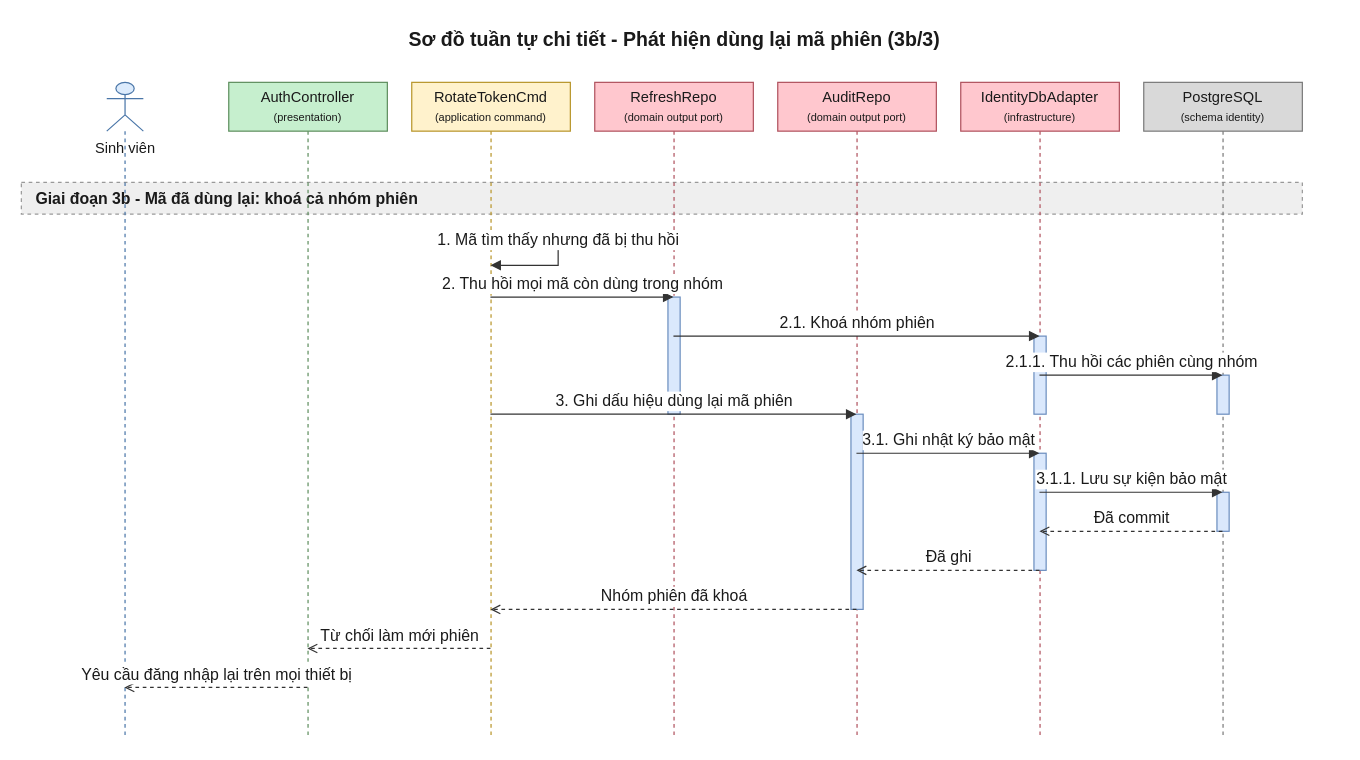
Earlier version of the draw.io diagram 08-diagram/sequence/user/sequence_user_dang_ky_dang_nhap_p3b.drawio (daiphu1801/PRJ_ALGOPREP). Source tidied: cells renumbered, new cells numbered last; positions are measured from the earlier drawing's top-left corner, leaving out a move shared by most shapes. Both pictures are drawn from the tidied source at 122%, with x=0, y=0 at pixel (21, 21).
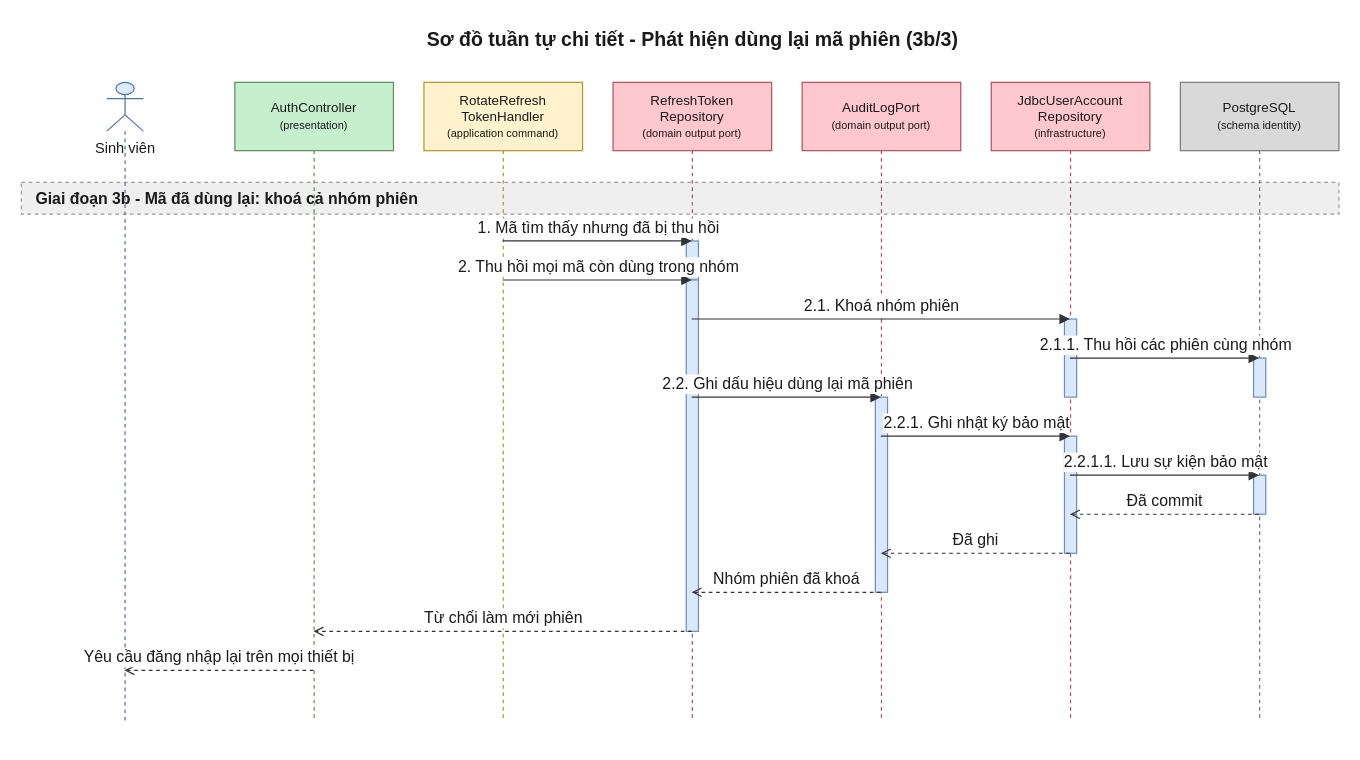
The same page after the edit.

Change to the diagram source:
```diff
@@
     <mxCell id="2" value="Sơ đồ tuần tự chi tiết - Phát hiện dùng lại mã phiên (3b/3)" style="text;html=1;fontSize=16;fontStyle=1;align=center;verticalAlign=middle;fontColor=#1A1A1A;" parent="1" vertex="1">
-      <mxGeometry x="20" width="1030" height="30" as="geometry" />
+      <mxGeometry x="20" width="1060" height="30" as="geometry" />
     </mxCell>
     <mxCell id="3" value="Giai đoạn 3b - Mã đã dùng lại: khoá cả nhóm phiên" style="algoprep=phase;rounded=0;whiteSpace=wrap;html=1;fillColor=#EFEFEF;strokeColor=#999999;dashed=1;align=left;verticalAlign=middle;spacingLeft=10;fontColor=#1A1A1A;fontSize=13;fontStyle=1;" parent="1" vertex="1">
-      <mxGeometry y="132" width="1050" height="26" as="geometry" />
+      <mxGeometry y="132" width="1080" height="26" as="geometry" />
     </mxCell>
     <mxCell id="4" value="Sinh viên" style="shape=umlLifeline;participant=umlActor;perimeter=lifelinePerimeter;html=1;outlineConnect=0;size=40;verticalAlign=top;spacingTop=40;fillColor=#DCEBFC;strokeColor=#4A76A8;fontColor=#1A1A1A;" parent="1" vertex="1">
-      <mxGeometry x="70" y="50" width="30" height="538" as="geometry" />
+      <mxGeometry x="70" y="50" width="30" height="524" as="geometry" />
     </mxCell>
-    <mxCell id="5" value="AuthController&lt;br&gt;&lt;font style=&quot;font-size:9px&quot;&gt;(presentation)&lt;/font&gt;" style="shape=umlLifeline;perimeter=lifelinePerimeter;whiteSpace=wrap;html=1;outlineConnect=0;size=40;fillColor=#C6EFCE;strokeColor=#5E8E5E;fontColor=#1A1A1A;" parent="1" vertex="1">
-      <mxGeometry x="170" y="50" width="130" height="538" as="geometry" />
+    <mxCell id="5" value="AuthController&lt;br&gt;&lt;font style=&quot;font-size:9px&quot;&gt;(presentation)&lt;/font&gt;" style="shape=umlLifeline;perimeter=lifelinePerimeter;whiteSpace=wrap;html=1;outlineConnect=0;size=56;fontSize=11;fillColor=#C6EFCE;strokeColor=#5E8E5E;fontColor=#1A1A1A;" parent="1" vertex="1">
+      <mxGeometry x="175" y="50" width="130" height="524" as="geometry" />
     </mxCell>
-    <mxCell id="6" value="RotateTokenCmd&lt;br&gt;&lt;font style=&quot;font-size:9px&quot;&gt;(application command)&lt;/font&gt;" style="shape=umlLifeline;perimeter=lifelinePerimeter;whiteSpace=wrap;html=1;outlineConnect=0;size=40;fillColor=#FFF2CC;strokeColor=#B8952A;fontColor=#1A1A1A;" parent="1" vertex="1">
-      <mxGeometry x="320" y="50" width="130" height="538" as="geometry" />
+    <mxCell id="6" value="RotateRefresh&lt;br&gt;TokenHandler&lt;br&gt;&lt;font style=&quot;font-size:9px&quot;&gt;(application command)&lt;/font&gt;" style="shape=umlLifeline;perimeter=lifelinePerimeter;whiteSpace=wrap;html=1;outlineConnect=0;size=56;fontSize=11;fillColor=#FFF2CC;strokeColor=#B8952A;fontColor=#1A1A1A;" parent="1" vertex="1">
+      <mxGeometry x="330" y="50" width="130" height="524" as="geometry" />
     </mxCell>
-    <mxCell id="7" value="RefreshRepo&lt;br&gt;&lt;font style=&quot;font-size:9px&quot;&gt;(domain output port)&lt;/font&gt;" style="shape=umlLifeline;perimeter=lifelinePerimeter;whiteSpace=wrap;html=1;outlineConnect=0;size=40;fillColor=#FFC7CE;strokeColor=#B0525E;fontColor=#1A1A1A;" parent="1" vertex="1">
-      <mxGeometry x="470" y="50" width="130" height="538" as="geometry" />
+    <mxCell id="7" value="RefreshToken&lt;br&gt;Repository&lt;br&gt;&lt;font style=&quot;font-size:9px&quot;&gt;(domain output port)&lt;/font&gt;" style="shape=umlLifeline;perimeter=lifelinePerimeter;whiteSpace=wrap;html=1;outlineConnect=0;size=56;fontSize=11;fillColor=#FFC7CE;strokeColor=#B0525E;fontColor=#1A1A1A;" parent="1" vertex="1">
+      <mxGeometry x="485" y="50" width="130" height="524" as="geometry" />
     </mxCell>
-    <mxCell id="8" value="AuditRepo&lt;br&gt;&lt;font style=&quot;font-size:9px&quot;&gt;(domain output port)&lt;/font&gt;" style="shape=umlLifeline;perimeter=lifelinePerimeter;whiteSpace=wrap;html=1;outlineConnect=0;size=40;fillColor=#FFC7CE;strokeColor=#B0525E;fontColor=#1A1A1A;" parent="1" vertex="1">
-      <mxGeometry x="620" y="50" width="130" height="538" as="geometry" />
+    <mxCell id="8" value="AuditLogPort&lt;br&gt;&lt;font style=&quot;font-size:9px&quot;&gt;(domain output port)&lt;/font&gt;" style="shape=umlLifeline;perimeter=lifelinePerimeter;whiteSpace=wrap;html=1;outlineConnect=0;size=56;fontSize=11;fillColor=#FFC7CE;strokeColor=#B0525E;fontColor=#1A1A1A;" parent="1" vertex="1">
+      <mxGeometry x="640" y="50" width="130" height="524" as="geometry" />
     </mxCell>
-    <mxCell id="9" value="IdentityDbAdapter&lt;br&gt;&lt;font style=&quot;font-size:9px&quot;&gt;(infrastructure)&lt;/font&gt;" style="shape=umlLifeline;perimeter=lifelinePerimeter;whiteSpace=wrap;html=1;outlineConnect=0;size=40;fillColor=#FFC7CE;strokeColor=#B0525E;fontColor=#1A1A1A;" parent="1" vertex="1">
-      <mxGeometry x="770" y="50" width="130" height="538" as="geometry" />
+    <mxCell id="9" value="JdbcUserAccount&lt;br&gt;Repository&lt;br&gt;&lt;font style=&quot;font-size:9px&quot;&gt;(infrastructure)&lt;/font&gt;" style="shape=umlLifeline;perimeter=lifelinePerimeter;whiteSpace=wrap;html=1;outlineConnect=0;size=56;fontSize=11;fillColor=#FFC7CE;strokeColor=#B0525E;fontColor=#1A1A1A;" parent="1" vertex="1">
+      <mxGeometry x="795" y="50" width="130" height="524" as="geometry" />
     </mxCell>
-    <mxCell id="10" value="PostgreSQL&lt;br&gt;&lt;font style=&quot;font-size:9px&quot;&gt;(schema identity)&lt;/font&gt;" style="shape=umlLifeline;perimeter=lifelinePerimeter;whiteSpace=wrap;html=1;outlineConnect=0;size=40;fillColor=#D9D9D9;strokeColor=#7A7A7A;fontColor=#1A1A1A;" parent="1" vertex="1">
-      <mxGeometry x="920" y="50" width="130" height="538" as="geometry" />
+    <mxCell id="10" value="PostgreSQL&lt;br&gt;&lt;font style=&quot;font-size:9px&quot;&gt;(schema identity)&lt;/font&gt;" style="shape=umlLifeline;perimeter=lifelinePerimeter;whiteSpace=wrap;html=1;outlineConnect=0;size=56;fontSize=11;fillColor=#D9D9D9;strokeColor=#7A7A7A;fontColor=#1A1A1A;" parent="1" vertex="1">
+      <mxGeometry x="950" y="50" width="130" height="524" as="geometry" />
     </mxCell>
-    <mxCell id="11" style="html=1;perimeter=orthogonalPerimeter;targetShapes=umlLifeline;fillColor=#DAE8FC;strokeColor=#6C8EBF;" parent="10" vertex="1">
-      <mxGeometry x="60" y="240" width="10" height="32" as="geometry" />
+    <mxCell id="11" style="html=1;perimeter=orthogonalPerimeter;targetShapes=umlLifeline;fillColor=#DAE8FC;strokeColor=#6C8EBF;" parent="7" vertex="1">
+      <mxGeometry x="60" y="130" width="10" height="32" as="geometry" />
     </mxCell>
-    <mxCell id="12" style="html=1;perimeter=orthogonalPerimeter;targetShapes=umlLifeline;fillColor=#DAE8FC;strokeColor=#6C8EBF;" parent="9" vertex="1">
-      <mxGeometry x="60" y="208" width="10" height="64" as="geometry" />
+    <mxCell id="12" style="html=1;perimeter=orthogonalPerimeter;targetShapes=umlLifeline;fillColor=#DAE8FC;strokeColor=#6C8EBF;" parent="10" vertex="1">
+      <mxGeometry x="60" y="226" width="10" height="32" as="geometry" />
     </mxCell>
-    <mxCell id="13" style="html=1;perimeter=orthogonalPerimeter;targetShapes=umlLifeline;fillColor=#DAE8FC;strokeColor=#6C8EBF;" parent="7" vertex="1">
-      <mxGeometry x="60" y="176" width="10" height="96" as="geometry" />
+    <mxCell id="13" style="html=1;perimeter=orthogonalPerimeter;targetShapes=umlLifeline;fillColor=#DAE8FC;strokeColor=#6C8EBF;" parent="9" vertex="1">
+      <mxGeometry x="60" y="194" width="10" height="64" as="geometry" />
     </mxCell>
     <mxCell id="14" style="html=1;perimeter=orthogonalPerimeter;targetShapes=umlLifeline;fillColor=#DAE8FC;strokeColor=#6C8EBF;" parent="10" vertex="1">
-      <mxGeometry x="60" y="336" width="10" height="32" as="geometry" />
+      <mxGeometry x="60" y="322" width="10" height="32" as="geometry" />
     </mxCell>
     <mxCell id="15" style="html=1;perimeter=orthogonalPerimeter;targetShapes=umlLifeline;fillColor=#DAE8FC;strokeColor=#6C8EBF;" parent="9" vertex="1">
-      <mxGeometry x="60" y="304" width="10" height="96" as="geometry" />
+      <mxGeometry x="60" y="290" width="10" height="96" as="geometry" />
     </mxCell>
     <mxCell id="16" style="html=1;perimeter=orthogonalPerimeter;targetShapes=umlLifeline;fillColor=#DAE8FC;strokeColor=#6C8EBF;" parent="8" vertex="1">
-      <mxGeometry x="60" y="272" width="10" height="160" as="geometry" />
+      <mxGeometry x="60" y="258" width="10" height="160" as="geometry" />
     </mxCell>
-    <mxCell id="17" value="1. Mã tìm thấy nhưng đã bị thu hồi" style="edgeStyle=orthogonalEdgeStyle;rounded=0;html=1;endArrow=block;endFill=1;strokeColor=#333333;fontColor=#1A1A1A;fontSize=13;verticalAlign=bottom;exitX=0.5;exitY=0.2416;exitDx=0;exitDy=0;entryX=0.5;entryY=0.2788;entryDx=0;entryDy=0;" parent="1" edge="1" source="6" target="6">
-      <mxGeometry relative="1" as="geometry">
-        <Array as="points">
-          <mxPoint x="440" y="180" />
-          <mxPoint x="440" y="200" />
-        </Array>
-      </mxGeometry>
-    </mxCell>
+    <mxCell id="29" style="html=1;perimeter=orthogonalPerimeter;targetShapes=umlLifeline;fillColor=#DAE8FC;strokeColor=#6C8EBF;" parent="7" vertex="1">
+      <mxGeometry x="60" y="162" width="10" height="288" as="geometry" />
+    </mxCell>
-    <mxCell id="18" value="2. Thu hồi mọi mã còn dùng trong nhóm" style="edgeStyle=none;html=1;endArrow=block;endFill=1;strokeColor=#333333;fontColor=#1A1A1A;fontSize=13;verticalAlign=bottom;exitX=0.5;exitY=0.3271;exitDx=0;exitDy=0;entryX=0.5;entryY=0.3271;entryDx=0;entryDy=0;" parent="1" edge="1" source="6" target="7">
+    <mxCell id="18" value="1. Mã tìm thấy nhưng đã bị thu hồi" style="edgeStyle=none;html=1;endArrow=block;endFill=1;strokeColor=#333333;fontColor=#1A1A1A;fontSize=13;verticalAlign=bottom;exitX=0.5;exitY=0.2481;exitDx=0;exitDy=0;entryX=0.5;entryY=0.2481;entryDx=0;entryDy=0;" parent="1" edge="1" source="6" target="7">
       <mxGeometry relative="1" as="geometry" />
     </mxCell>
-    <mxCell id="19" value="2.1. Khoá nhóm phiên" style="edgeStyle=none;html=1;endArrow=block;endFill=1;strokeColor=#333333;fontColor=#1A1A1A;fontSize=13;verticalAlign=bottom;exitX=0.5;exitY=0.3866;exitDx=0;exitDy=0;entryX=0.5;entryY=0.3866;entryDx=0;entryDy=0;" parent="1" edge="1" source="7" target="9">
+    <mxCell id="19" value="2. Thu hồi mọi mã còn dùng trong nhóm" style="edgeStyle=none;html=1;endArrow=block;endFill=1;strokeColor=#333333;fontColor=#1A1A1A;fontSize=13;verticalAlign=bottom;exitX=0.5;exitY=0.3092;exitDx=0;exitDy=0;entryX=0.5;entryY=0.3092;entryDx=0;entryDy=0;" parent="1" edge="1" source="6" target="7">
       <mxGeometry relative="1" as="geometry" />
     </mxCell>
-    <mxCell id="20" value="2.1.1. Thu hồi các phiên cùng nhóm" style="edgeStyle=none;html=1;endArrow=block;endFill=1;strokeColor=#333333;fontColor=#1A1A1A;fontSize=13;verticalAlign=bottom;exitX=0.5;exitY=0.4461;exitDx=0;exitDy=0;entryX=0.5;entryY=0.4461;entryDx=0;entryDy=0;" parent="1" edge="1" source="9" target="10">
+    <mxCell id="20" value="2.1. Khoá nhóm phiên" style="edgeStyle=none;html=1;endArrow=block;endFill=1;strokeColor=#333333;fontColor=#1A1A1A;fontSize=13;verticalAlign=bottom;exitX=0.5;exitY=0.3702;exitDx=0;exitDy=0;entryX=0.5;entryY=0.3702;entryDx=0;entryDy=0;" parent="1" edge="1" source="7" target="9">
       <mxGeometry relative="1" as="geometry" />
     </mxCell>
-    <mxCell id="21" value="3. Ghi dấu hiệu dùng lại mã phiên" style="edgeStyle=none;html=1;endArrow=block;endFill=1;strokeColor=#333333;fontColor=#1A1A1A;fontSize=13;verticalAlign=bottom;exitX=0.5;exitY=0.5056;exitDx=0;exitDy=0;entryX=0.5;entryY=0.5056;entryDx=0;entryDy=0;" parent="1" edge="1" source="6" target="8">
+    <mxCell id="21" value="2.1.1. Thu hồi các phiên cùng nhóm" style="edgeStyle=none;html=1;endArrow=block;endFill=1;strokeColor=#333333;fontColor=#1A1A1A;fontSize=13;verticalAlign=bottom;exitX=0.5;exitY=0.4313;exitDx=0;exitDy=0;entryX=0.5;entryY=0.4313;entryDx=0;entryDy=0;" parent="1" edge="1" source="9" target="10">
       <mxGeometry relative="1" as="geometry" />
     </mxCell>
-    <mxCell id="22" value="3.1. Ghi nhật ký bảo mật" style="edgeStyle=none;html=1;endArrow=block;endFill=1;strokeColor=#333333;fontColor=#1A1A1A;fontSize=13;verticalAlign=bottom;exitX=0.5;exitY=0.5651;exitDx=0;exitDy=0;entryX=0.5;entryY=0.5651;entryDx=0;entryDy=0;" parent="1" edge="1" source="8" target="9">
+    <mxCell id="22" value="2.2. Ghi dấu hiệu dùng lại mã phiên" style="edgeStyle=none;html=1;endArrow=block;endFill=1;strokeColor=#333333;fontColor=#1A1A1A;fontSize=13;verticalAlign=bottom;exitX=0.5;exitY=0.4924;exitDx=0;exitDy=0;entryX=0.5;entryY=0.4924;entryDx=0;entryDy=0;" parent="1" edge="1" source="7" target="8">
       <mxGeometry relative="1" as="geometry" />
     </mxCell>
-    <mxCell id="23" value="3.1.1. Lưu sự kiện bảo mật" style="edgeStyle=none;html=1;endArrow=block;endFill=1;strokeColor=#333333;fontColor=#1A1A1A;fontSize=13;verticalAlign=bottom;exitX=0.5;exitY=0.6245;exitDx=0;exitDy=0;entryX=0.5;entryY=0.6245;entryDx=0;entryDy=0;" parent="1" edge="1" source="9" target="10">
+    <mxCell id="23" value="2.2.1. Ghi nhật ký bảo mật" style="edgeStyle=none;html=1;endArrow=block;endFill=1;strokeColor=#333333;fontColor=#1A1A1A;fontSize=13;verticalAlign=bottom;exitX=0.5;exitY=0.5534;exitDx=0;exitDy=0;entryX=0.5;entryY=0.5534;entryDx=0;entryDy=0;" parent="1" edge="1" source="8" target="9">
       <mxGeometry relative="1" as="geometry" />
     </mxCell>
-    <mxCell id="24" value="Đã commit" style="edgeStyle=none;html=1;endArrow=open;endFill=0;dashed=1;strokeColor=#333333;fontColor=#1A1A1A;fontSize=13;verticalAlign=bottom;exitX=0.5;exitY=0.6840;exitDx=0;exitDy=0;entryX=0.5;entryY=0.6840;entryDx=0;entryDy=0;" parent="1" edge="1" source="10" target="9">
+    <mxCell id="24" value="2.2.1.1. Lưu sự kiện bảo mật" style="edgeStyle=none;html=1;endArrow=block;endFill=1;strokeColor=#333333;fontColor=#1A1A1A;fontSize=13;verticalAlign=bottom;exitX=0.5;exitY=0.6145;exitDx=0;exitDy=0;entryX=0.5;entryY=0.6145;entryDx=0;entryDy=0;" parent="1" edge="1" source="9" target="10">
       <mxGeometry relative="1" as="geometry" />
     </mxCell>
-    <mxCell id="25" value="Đã ghi" style="edgeStyle=none;html=1;endArrow=open;endFill=0;dashed=1;strokeColor=#333333;fontColor=#1A1A1A;fontSize=13;verticalAlign=bottom;exitX=0.5;exitY=0.7435;exitDx=0;exitDy=0;entryX=0.5;entryY=0.7435;entryDx=0;entryDy=0;" parent="1" edge="1" source="9" target="8">
+    <mxCell id="25" value="Đã commit" style="edgeStyle=none;html=1;endArrow=open;endFill=0;dashed=1;strokeColor=#333333;fontColor=#1A1A1A;fontSize=13;verticalAlign=bottom;exitX=0.5;exitY=0.6756;exitDx=0;exitDy=0;entryX=0.5;entryY=0.6756;entryDx=0;entryDy=0;" parent="1" edge="1" source="10" target="9">
       <mxGeometry relative="1" as="geometry" />
     </mxCell>
-    <mxCell id="26" value="Nhóm phiên đã khoá" style="edgeStyle=none;html=1;endArrow=open;endFill=0;dashed=1;strokeColor=#333333;fontColor=#1A1A1A;fontSize=13;verticalAlign=bottom;exitX=0.5;exitY=0.8030;exitDx=0;exitDy=0;entryX=0.5;entryY=0.8030;entryDx=0;entryDy=0;" parent="1" edge="1" source="8" target="6">
+    <mxCell id="26" value="Đã ghi" style="edgeStyle=none;html=1;endArrow=open;endFill=0;dashed=1;strokeColor=#333333;fontColor=#1A1A1A;fontSize=13;verticalAlign=bottom;exitX=0.5;exitY=0.7366;exitDx=0;exitDy=0;entryX=0.5;entryY=0.7366;entryDx=0;entryDy=0;" parent="1" edge="1" source="9" target="8">
       <mxGeometry relative="1" as="geometry" />
     </mxCell>
-    <mxCell id="27" value="Từ chối làm mới phiên" style="edgeStyle=none;html=1;endArrow=open;endFill=0;dashed=1;strokeColor=#333333;fontColor=#1A1A1A;fontSize=13;verticalAlign=bottom;exitX=0.5;exitY=0.8625;exitDx=0;exitDy=0;entryX=0.5;entryY=0.8625;entryDx=0;entryDy=0;" parent="1" edge="1" source="6" target="5">
+    <mxCell id="27" value="Nhóm phiên đã khoá" style="edgeStyle=none;html=1;endArrow=open;endFill=0;dashed=1;strokeColor=#333333;fontColor=#1A1A1A;fontSize=13;verticalAlign=bottom;exitX=0.5;exitY=0.7977;exitDx=0;exitDy=0;entryX=0.5;entryY=0.7977;entryDx=0;entryDy=0;" parent="1" edge="1" source="8" target="7">
       <mxGeometry relative="1" as="geometry" />
     </mxCell>
-    <mxCell id="28" value="Yêu cầu đăng nhập lại trên mọi thiết bị" style="edgeStyle=none;html=1;endArrow=open;endFill=0;dashed=1;strokeColor=#333333;fontColor=#1A1A1A;fontSize=13;verticalAlign=bottom;exitX=0.5;exitY=0.9219;exitDx=0;exitDy=0;entryX=0.5;entryY=0.9219;entryDx=0;entryDy=0;" parent="1" edge="1" source="5" target="4">
+    <mxCell id="28" value="Từ chối làm mới phiên" style="edgeStyle=none;html=1;endArrow=open;endFill=0;dashed=1;strokeColor=#333333;fontColor=#1A1A1A;fontSize=13;verticalAlign=bottom;exitX=0.5;exitY=0.8588;exitDx=0;exitDy=0;entryX=0.5;entryY=0.8588;entryDx=0;entryDy=0;" parent="1" edge="1" source="7" target="5">
       <mxGeometry relative="1" as="geometry" />
     </mxCell>
+    <mxCell id="30" value="Yêu cầu đăng nhập lại trên mọi thiết bị" style="edgeStyle=none;html=1;endArrow=open;endFill=0;dashed=1;strokeColor=#333333;fontColor=#1A1A1A;fontSize=13;verticalAlign=bottom;exitX=0.5;exitY=0.9198;exitDx=0;exitDy=0;entryX=0.5;entryY=0.9198;entryDx=0;entryDy=0;" parent="1" edge="1" source="5" target="4">
+      <mxGeometry relative="1" as="geometry" />
+    </mxCell>
```
